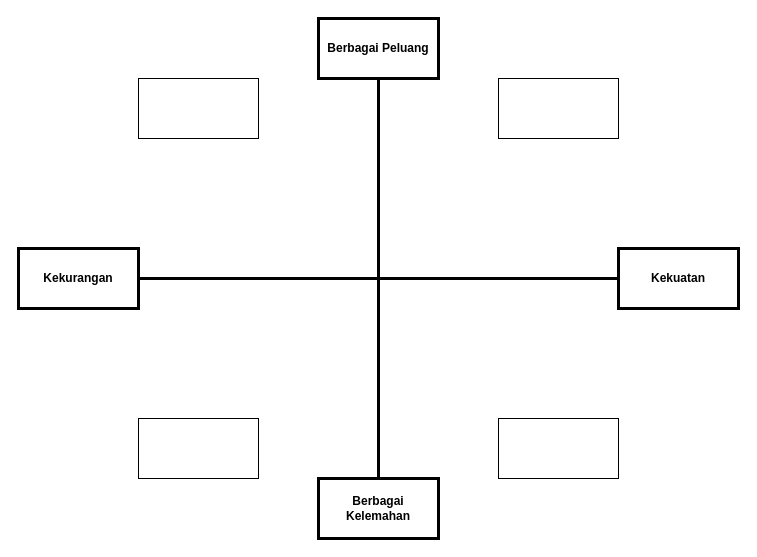
Above: dump-diagrams/quadran-diagram-diah.drawio in xoghub/diagrams (draw.io), before the change. Source tidied: cells renumbered, new cells numbered last; positions are measured from the earlier drawing's top-left corner, leaving out a move shared by most shapes. Both pictures are drawn from the tidied source at 100%, with x=0, y=0 at pixel (18, 18).
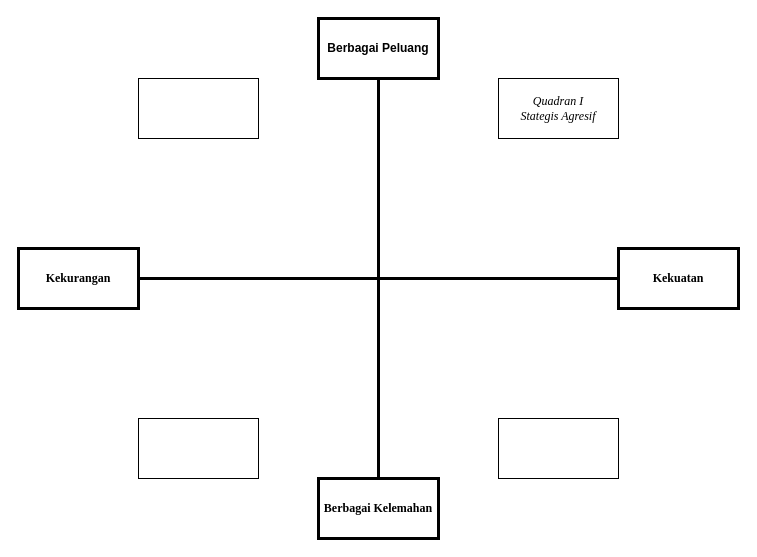
Above is the later version.

Change to the diagram source:
```diff
@@
 <mxGraphModel>
   <root>
     <mxCell id="0" />
     <mxCell id="1" parent="0" />
     <mxCell id="2" style="endArrow=none;html=1;rounded=0;jumpStyle=none;entryX=0.5;entryY=1;entryDx=0;entryDy=0;exitX=0.5;exitY=0;exitDx=0;exitDy=0;strokeWidth=3;" parent="1" edge="1" source="5" target="4">
       <mxGeometry relative="1" as="geometry" />
     </mxCell>
     <mxCell id="3" style="endArrow=none;html=1;rounded=0;exitX=0;exitY=0.5;exitDx=0;exitDy=0;entryX=1;entryY=0.5;entryDx=0;entryDy=0;strokeWidth=3;" parent="1" edge="1" source="6" target="7">
       <mxGeometry relative="1" as="geometry" />
     </mxCell>
     <mxCell id="4" value="&lt;b&gt;Berbagai Peluang&lt;/b&gt;" style="rounded=0;whiteSpace=wrap;html=1;gradientColor=none;strokeWidth=3;" parent="1" vertex="1">
       <mxGeometry x="300" width="120" height="60" as="geometry" />
     </mxCell>
-    <mxCell id="5" value="&lt;b&gt;Berbagai Kelemahan&lt;/b&gt;" style="rounded=0;whiteSpace=wrap;html=1;strokeWidth=3;" parent="1" vertex="1">
+    <mxCell id="5" value="&lt;b&gt;&lt;font face=&quot;Times New Roman&quot;&gt;Berbagai Kelemahan&lt;/font&gt;&lt;/b&gt;" style="rounded=0;whiteSpace=wrap;html=1;strokeWidth=3;" parent="1" vertex="1">
       <mxGeometry x="300" y="460" width="120" height="60" as="geometry" />
     </mxCell>
-    <mxCell id="6" value="&lt;b&gt;Kekuatan&lt;/b&gt;" style="rounded=0;whiteSpace=wrap;html=1;strokeWidth=3;" parent="1" vertex="1">
+    <mxCell id="6" value="&lt;b&gt;&lt;font face=&quot;Times New Roman&quot;&gt;Kekuatan&lt;/font&gt;&lt;/b&gt;" style="rounded=0;whiteSpace=wrap;html=1;strokeWidth=3;" parent="1" vertex="1">
       <mxGeometry x="600" y="230" width="120" height="60" as="geometry" />
     </mxCell>
-    <mxCell id="7" value="&lt;b&gt;Kekurangan&lt;/b&gt;" style="rounded=0;whiteSpace=wrap;html=1;strokeWidth=3;" parent="1" vertex="1">
+    <mxCell id="7" value="&lt;b&gt;&lt;font face=&quot;Times New Roman&quot;&gt;Kekurangan&lt;/font&gt;&lt;/b&gt;" style="rounded=0;whiteSpace=wrap;html=1;strokeWidth=3;" parent="1" vertex="1">
       <mxGeometry y="230" width="120" height="60" as="geometry" />
     </mxCell>
-    <mxCell id="8" style="rounded=0;whiteSpace=wrap;html=1;" parent="1" vertex="1">
+    <mxCell id="8" value="&lt;font style=&quot;font-size: 12px;&quot; face=&quot;Times New Roman&quot;&gt;&lt;i&gt;Quadran I&lt;br&gt;Stategis Agresif&lt;/i&gt;&lt;/font&gt;" style="rounded=0;whiteSpace=wrap;html=1;" parent="1" vertex="1">
       <mxGeometry x="480" y="60" width="120" height="60" as="geometry" />
     </mxCell>
     <mxCell id="9" style="rounded=0;whiteSpace=wrap;html=1;" parent="1" vertex="1">
       <mxGeometry x="120" y="60" width="120" height="60" as="geometry" />
     </mxCell>
     <mxCell id="10" style="rounded=0;whiteSpace=wrap;html=1;" parent="1" vertex="1">
       <mxGeometry x="120" y="400" width="120" height="60" as="geometry" />
     </mxCell>
     <mxCell id="11" style="rounded=0;whiteSpace=wrap;html=1;" parent="1" vertex="1">
       <mxGeometry x="480" y="400" width="120" height="60" as="geometry" />
     </mxCell>
   </root>
 </mxGraphModel>
```
